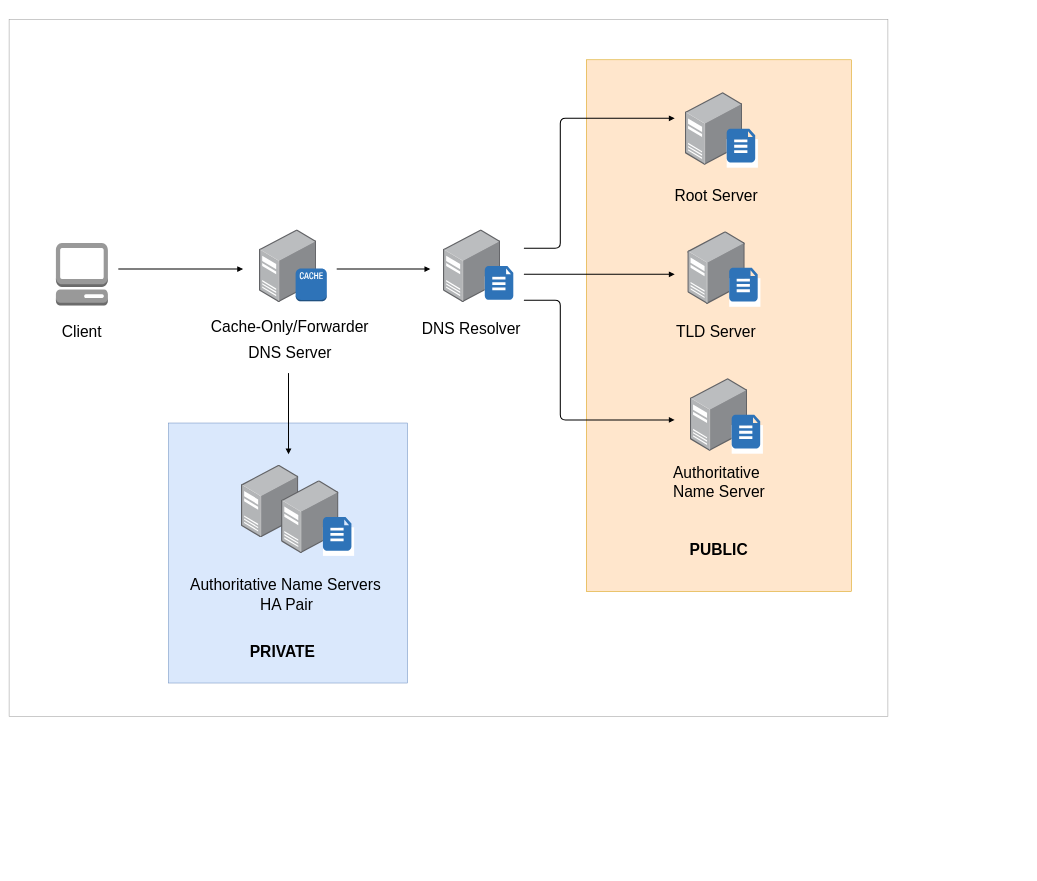
This is page "basics-dns-lab-config" (18 of 19) of assets/drawio/all-things-network.drawio from joseeden/joeden, a draw.io file, before an edit. Source tidied: cells renumbered, new cells numbered last; positions are measured from the earlier drawing's top-left corner, leaving out a move shared by most shapes. Both pictures are drawn from the tidied source at 52%, with x=0, y=0 at pixel (9, 19).
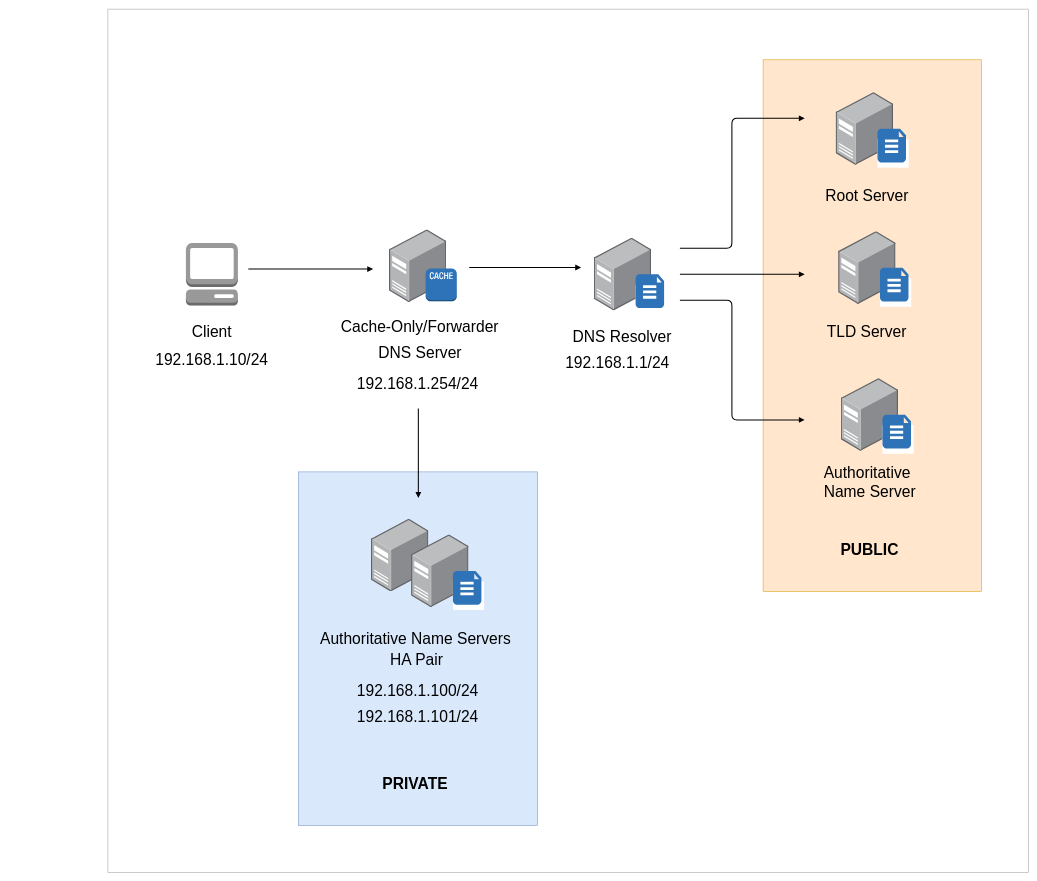
The same diagram, later.

What changed in the source:
```diff
@@
     <mxCell id="2" style="rounded=0;whiteSpace=wrap;html=1;strokeColor=#999999;" parent="1" vertex="1">
-      <mxGeometry width="1690" height="1340" as="geometry" />
+      <mxGeometry x="190" y="-20" width="1770" height="1660" as="geometry" />
     </mxCell>
     <mxCell id="3" style="rounded=0;whiteSpace=wrap;html=1;fillColor=#dae8fc;strokeColor=#6c8ebf;fontSize=20;" parent="1" vertex="1">
-      <mxGeometry x="306.3" y="776" width="460" height="500" as="geometry" />
+      <mxGeometry x="556.3" y="870" width="460" height="680" as="geometry" />
     </mxCell>
     <mxCell id="4" style="rounded=0;whiteSpace=wrap;html=1;fillColor=#ffe6cc;strokeColor=#d79b00;" parent="1" vertex="1">
-      <mxGeometry x="1110" y="77.5" width="510" height="1022.5" as="geometry" />
+      <mxGeometry x="1450" y="77.5" width="420" height="1022.5" as="geometry" />
     </mxCell>
     <mxCell id="5" style="image;html=1;align=center;shadow=0;dashed=0;image=img/lib/allied_telesis/computer_and_terminals/Server_Desktop.svg;fontSize=20;" parent="1" vertex="1">
-      <mxGeometry x="834.8" y="404" width="110.4" height="140" as="geometry" />
+      <mxGeometry x="1124.8" y="420" width="110.4" height="140" as="geometry" />
     </mxCell>
     <mxCell id="6" style="image;html=1;align=center;shadow=0;dashed=0;image=img/lib/allied_telesis/computer_and_terminals/Server_Desktop.svg;fontSize=20;" parent="1" vertex="1">
-      <mxGeometry x="481" y="404" width="110.4" height="140" as="geometry" />
+      <mxGeometry x="731" y="404" width="110.4" height="140" as="geometry" />
     </mxCell>
     <mxCell id="7" style="dashed=0;verticalLabelPosition=bottom;verticalAlign=top;align=center;html=1;shape=mxgraph.aws3.cache_node;fillColor=#2E73B8;gradientColor=none;fontSize=20;" parent="1" vertex="1">
-      <mxGeometry x="551" y="479" width="60" height="63" as="geometry" />
+      <mxGeometry x="801" y="479" width="60" height="63" as="geometry" />
     </mxCell>
     <mxCell id="8" style="edgeStyle=orthogonalEdgeStyle;rounded=0;orthogonalLoop=1;jettySize=auto;html=1;endArrow=block;endFill=1;strokeWidth=2;fontSize=20;" parent="1" edge="1">
       <mxGeometry relative="1" as="geometry">
-        <mxPoint x="210" y="480" as="sourcePoint" />
-        <mxPoint x="450" y="480" as="targetPoint" />
+        <mxPoint x="460" y="480" as="sourcePoint" />
+        <mxPoint x="700" y="480" as="targetPoint" />
         <Array as="points">
-          <mxPoint x="410" y="480" />
+          <mxPoint x="660" y="480" />
         </Array>
       </mxGeometry>
     </mxCell>
     <mxCell id="9" style="dashed=0;verticalLabelPosition=bottom;verticalAlign=top;align=center;html=1;shape=mxgraph.aws3.management_console;fillColor=#999999;gradientColor=none;fontSize=20;" parent="1" vertex="1">
-      <mxGeometry x="90" y="430" width="100" height="120" as="geometry" />
+      <mxGeometry x="340" y="430" width="100" height="120" as="geometry" />
     </mxCell>
     <mxCell id="10" value="&lt;font style=&quot;font-size: 30px;&quot;&gt;Client&lt;/font&gt;" style="rounded=0;whiteSpace=wrap;html=1;strokeColor=none;fillColor=none;align=center;fontSize=20;" parent="1" vertex="1">
-      <mxGeometry x="100" y="570" width="80" height="60" as="geometry" />
+      <mxGeometry x="350" y="570" width="80" height="60" as="geometry" />
     </mxCell>
     <mxCell id="11" style="group;fontSize=20;" parent="1" vertex="1">
-      <mxGeometry x="410" y="570" width="295" height="110" as="geometry" />
+      <mxGeometry x="660" y="570" width="295" height="110" as="geometry" />
     </mxCell>
@@
     <mxCell id="14" style="group;fontSize=20;" parent="1" vertex="1">
-      <mxGeometry x="914.8" y="474" width="60" height="75" as="geometry" />
+      <mxGeometry x="1204.8" y="490" width="60" height="75" as="geometry" />
     </mxCell>
@@
     <mxCell id="17" value="&lt;font style=&quot;font-size: 30px;&quot;&gt;DNS Resolver&lt;/font&gt;" style="rounded=0;whiteSpace=wrap;html=1;strokeColor=none;fillColor=none;align=left;fontSize=20;" parent="1" vertex="1">
-      <mxGeometry x="792.4" y="564" width="204.8" height="60" as="geometry" />
+      <mxGeometry x="1082.4" y="580" width="204.8" height="60" as="geometry" />
     </mxCell>
     <mxCell id="18" style="image;html=1;align=center;shadow=0;dashed=0;image=img/lib/allied_telesis/computer_and_terminals/Server_Desktop.svg;fontSize=30;" parent="1" vertex="1">
-      <mxGeometry x="1300" y="140" width="110.4" height="140" as="geometry" />
+      <mxGeometry x="1590" y="140" width="110.4" height="140" as="geometry" />
     </mxCell>
     <mxCell id="19" style="group;fontSize=30;" parent="1" vertex="1">
-      <mxGeometry x="1380" y="210" width="60" height="75" as="geometry" />
+      <mxGeometry x="1670" y="210" width="60" height="75" as="geometry" />
     </mxCell>
@@
     <mxCell id="22" value="&lt;font&gt;Root Server&lt;/font&gt;" style="rounded=0;whiteSpace=wrap;html=1;strokeColor=none;fillColor=none;align=center;fontSize=30;" parent="1" vertex="1">
-      <mxGeometry x="1274.8" y="300" width="170" height="75" as="geometry" />
+      <mxGeometry x="1564.8" y="300" width="170" height="75" as="geometry" />
     </mxCell>
     <mxCell id="23" style="image;html=1;align=center;shadow=0;dashed=0;image=img/lib/allied_telesis/computer_and_terminals/Server_Desktop.svg;fontSize=30;" parent="1" vertex="1">
-      <mxGeometry x="1304.8" y="407.5" width="110.4" height="140" as="geometry" />
+      <mxGeometry x="1594.8" y="407.5" width="110.4" height="140" as="geometry" />
     </mxCell>
     <mxCell id="24" style="group;fontSize=30;" parent="1" vertex="1">
-      <mxGeometry x="1384.8" y="477.5" width="60" height="75" as="geometry" />
+      <mxGeometry x="1674.8" y="477.5" width="60" height="75" as="geometry" />
     </mxCell>
@@
     <mxCell id="27" value="&lt;font&gt;TLD Server&lt;/font&gt;" style="rounded=0;whiteSpace=wrap;html=1;strokeColor=none;fillColor=none;align=center;fontSize=30;" parent="1" vertex="1">
-      <mxGeometry x="1272.4" y="570" width="174.8" height="60" as="geometry" />
+      <mxGeometry x="1562.4" y="570" width="174.8" height="60" as="geometry" />
     </mxCell>
     <mxCell id="28" style="image;html=1;align=center;shadow=0;dashed=0;image=img/lib/allied_telesis/computer_and_terminals/Server_Desktop.svg;fontSize=30;" parent="1" vertex="1">
-      <mxGeometry x="1309.6" y="690" width="110.4" height="140" as="geometry" />
+      <mxGeometry x="1599.6" y="690" width="110.4" height="140" as="geometry" />
     </mxCell>
     <mxCell id="29" style="group;fontSize=30;" parent="1" vertex="1">
-      <mxGeometry x="1389.6" y="760" width="60" height="75" as="geometry" />
+      <mxGeometry x="1679.6" y="760" width="60" height="75" as="geometry" />
     </mxCell>
@@
     <mxCell id="32" value="&lt;font&gt;Authoritative Name Server&lt;/font&gt;" style="rounded=0;whiteSpace=wrap;html=1;strokeColor=none;fillColor=none;align=left;fontSize=30;" parent="1" vertex="1">
-      <mxGeometry x="1274.8" y="860" width="214.3" height="60" as="geometry" />
+      <mxGeometry x="1564.8" y="860" width="214.3" height="60" as="geometry" />
     </mxCell>
-    <mxCell id="33" style="edgeStyle=orthogonalEdgeStyle;rounded=0;orthogonalLoop=1;jettySize=auto;html=1;endArrow=block;endFill=1;strokeWidth=2;fontSize=20;" parent="1" edge="1">
-      <mxGeometry relative="1" as="geometry">
-        <mxPoint x="630" y="480" as="sourcePoint" />
-        <mxPoint x="810" y="479.9" as="targetPoint" />
-        <Array as="points">
-          <mxPoint x="810" y="479.9" />
-        </Array>
-      </mxGeometry>
-    </mxCell>
     <mxCell id="34" style="endArrow=block;html=1;rounded=0;endFill=1;strokeWidth=2;fontSize=20;" parent="1" edge="1">
       <mxGeometry relative="1" as="geometry">
-        <mxPoint x="537.3" y="680" as="sourcePoint" />
-        <mxPoint x="537.3" y="836" as="targetPoint" />
+        <mxPoint x="787" y="748" as="sourcePoint" />
+        <mxPoint x="787" y="920" as="targetPoint" />
       </mxGeometry>
     </mxCell>
     <mxCell id="35" style="edgeStyle=orthogonalEdgeStyle;rounded=1;orthogonalLoop=1;jettySize=auto;html=1;endArrow=block;endFill=1;strokeWidth=2;curved=0;fontSize=20;" parent="1" edge="1">
       <mxGeometry relative="1" as="geometry">
-        <mxPoint x="990" y="540" as="sourcePoint" />
-        <mxPoint x="1280" y="770" as="targetPoint" />
+        <mxPoint x="1290" y="540" as="sourcePoint" />
+        <mxPoint x="1530" y="770" as="targetPoint" />
         <Array as="points">
-          <mxPoint x="1060" y="540" />
-          <mxPoint x="1060" y="770" />
+          <mxPoint x="1390" y="540" />
+          <mxPoint x="1390" y="770" />
         </Array>
       </mxGeometry>
     </mxCell>
     <mxCell id="36" style="edgeStyle=orthogonalEdgeStyle;rounded=1;orthogonalLoop=1;jettySize=auto;html=1;endArrow=block;endFill=1;strokeWidth=2;curved=0;" parent="1" edge="1">
       <mxGeometry relative="1" as="geometry">
-        <mxPoint x="990" y="440" as="sourcePoint" />
-        <mxPoint x="1280" y="190" as="targetPoint" />
+        <mxPoint x="1290" y="440" as="sourcePoint" />
+        <mxPoint x="1530" y="190" as="targetPoint" />
         <Array as="points">
-          <mxPoint x="1060" y="440" />
-          <mxPoint x="1060" y="190" />
+          <mxPoint x="1290" y="440" />
+          <mxPoint x="1390" y="440" />
+          <mxPoint x="1390" y="190" />
         </Array>
       </mxGeometry>
     </mxCell>
     <mxCell id="37" style="edgeStyle=orthogonalEdgeStyle;rounded=0;orthogonalLoop=1;jettySize=auto;html=1;endArrow=block;endFill=1;strokeWidth=2;fontSize=20;" parent="1" edge="1">
       <mxGeometry relative="1" as="geometry">
-        <mxPoint x="990" y="490" as="sourcePoint" />
-        <mxPoint x="1280" y="490" as="targetPoint" />
+        <mxPoint x="1290" y="490" as="sourcePoint" />
+        <mxPoint x="1530" y="490" as="targetPoint" />
         <Array as="points">
-          <mxPoint x="1220" y="490.2" />
+          <mxPoint x="1470" y="490.2" />
         </Array>
       </mxGeometry>
     </mxCell>
     <mxCell id="38" value="&lt;font&gt;PUBLIC&lt;/font&gt;" style="rounded=0;whiteSpace=wrap;html=1;strokeColor=none;fillColor=none;align=center;fontStyle=1;fontSize=30;" parent="1" vertex="1">
-      <mxGeometry x="1305" y="990" width="120" height="60" as="geometry" />
+      <mxGeometry x="1595" y="990" width="120" height="60" as="geometry" />
     </mxCell>
     <mxCell id="39" style="group;fontSize=20;" parent="1" vertex="1">
-      <mxGeometry x="388.7" y="856.5" width="420" height="280" as="geometry" />
+      <mxGeometry x="638.7" y="960.5" width="420" height="280" as="geometry" />
     </mxCell>
@@
     <mxCell id="50" value="&lt;font&gt;PRIVATE&lt;/font&gt;" style="rounded=0;whiteSpace=wrap;html=1;strokeColor=none;fillColor=none;align=center;fontStyle=1;fontSize=30;" parent="1" vertex="1">
-      <mxGeometry x="466.3" y="1186" width="120" height="60" as="geometry" />
+      <mxGeometry x="721.4" y="1440" width="120" height="60" as="geometry" />
     </mxCell>
+    <mxCell id="51" value="&lt;font style=&quot;font-size: 30px;&quot;&gt;192.168.1.10/24&lt;/font&gt;" style="rounded=0;whiteSpace=wrap;html=1;strokeColor=none;fillColor=none;align=center;fontSize=20;" parent="1" vertex="1">
+      <mxGeometry x="250" y="624" width="280" height="60" as="geometry" />
+    </mxCell>
+    <mxCell id="52" value="&lt;font style=&quot;font-size: 30px;&quot;&gt;192.168.1.254/24&lt;/font&gt;" style="rounded=0;whiteSpace=wrap;html=1;strokeColor=none;fillColor=none;align=center;fontSize=20;" parent="1" vertex="1">
+      <mxGeometry x="646.2" y="670" width="280" height="60" as="geometry" />
+    </mxCell>
+    <mxCell id="53" value="&lt;font style=&quot;font-size: 30px;&quot;&gt;192.168.1.1/24&lt;/font&gt;" style="rounded=0;whiteSpace=wrap;html=1;strokeColor=none;fillColor=none;align=center;fontSize=20;" parent="1" vertex="1">
+      <mxGeometry x="1030" y="630" width="280" height="60" as="geometry" />
+    </mxCell>
+    <mxCell id="54" style="edgeStyle=orthogonalEdgeStyle;rounded=0;orthogonalLoop=1;jettySize=auto;html=1;endArrow=block;endFill=1;strokeWidth=2;fontSize=20;" parent="1" edge="1">
+      <mxGeometry relative="1" as="geometry">
+        <mxPoint x="884.8" y="476.8" as="sourcePoint" />
+        <mxPoint x="1100" y="477" as="targetPoint" />
+        <Array as="points">
+          <mxPoint x="1084.8" y="476.8" />
+        </Array>
+      </mxGeometry>
+    </mxCell>
+    <mxCell id="55" value="&lt;font style=&quot;font-size: 30px;&quot;&gt;192.168.1.100/24&lt;/font&gt;" style="rounded=0;whiteSpace=wrap;html=1;strokeColor=none;fillColor=none;align=center;fontSize=20;" parent="1" vertex="1">
+      <mxGeometry x="646.2" y="1260" width="280" height="60" as="geometry" />
+    </mxCell>
+    <mxCell id="56" value="&lt;font style=&quot;font-size: 30px;&quot;&gt;192.168.1.101/24&lt;/font&gt;" style="rounded=0;whiteSpace=wrap;html=1;strokeColor=none;fillColor=none;align=center;fontSize=20;" parent="1" vertex="1">
+      <mxGeometry x="646.3" y="1310" width="280" height="60" as="geometry" />
+    </mxCell>
```
